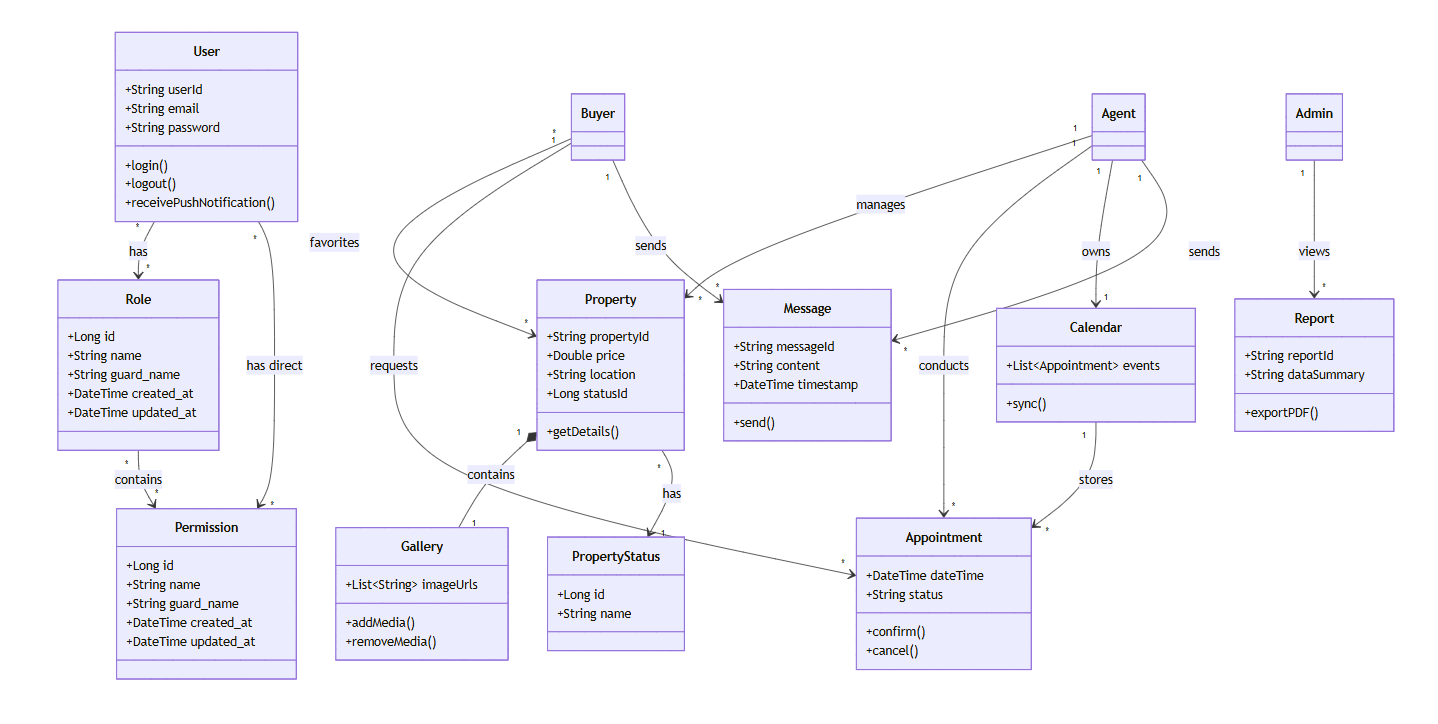
The Mermaid diagram Report/images/Class-Diagram.png in AZIZ-Soufiane/PropertyHub-PFE, before a commit. Its source is kept beside it as Class-Diagram/Class-Diagram.mmd. Its diagram source:
```mermaid
classDiagram


class User {
    +String userId
    +String email
    +String password
    +login()
    +logout()
    +receivePushNotification()
}

class Role {
    +Long id
    +String name
    +String guard_name
    +DateTime created_at
    +DateTime updated_at
}

class Permission {
    +Long id
    +String name
    +String guard_name
    +DateTime created_at
    +DateTime updated_at
}


class Property {
    +String propertyId
    +Double price
    +String location
    +Long statusId
    +getDetails()
}

class PropertyStatus {
    +Long id
    +String name
}

class Gallery {
    +List~String~ imageUrls
    +addMedia()
    +removeMedia()
}


class Appointment {
    +DateTime dateTime
    +String status
    +confirm()
    +cancel()
}

class Calendar {
    +List~Appointment~ events
    +sync()
}

class Message {
    +String messageId
    +String content
    +DateTime timestamp
    +send()
}

class Report {
    +String reportId
    +String dataSummary
    +exportPDF()
}


Agent "1" --> "*" Property : manages
Property "1" *-- "1" Gallery : contains
Buyer "*" --> "*" Property : favorites
Property "*" --> "1" PropertyStatus : has

Buyer "1" --> "*" Appointment : requests
Agent "1" --> "*" Appointment : conducts
Agent "1" --> "1" Calendar : owns
Calendar "1" --> "*" Appointment : stores

Buyer "1" --> "*" Message : sends
Agent "1" --> "*" Message : sends

Admin "1" --> "*" Report : views


User "*" --> "*" Role : has
Role "*" --> "*" Permission : contains
User "*" --> "*" Permission : has direct

```
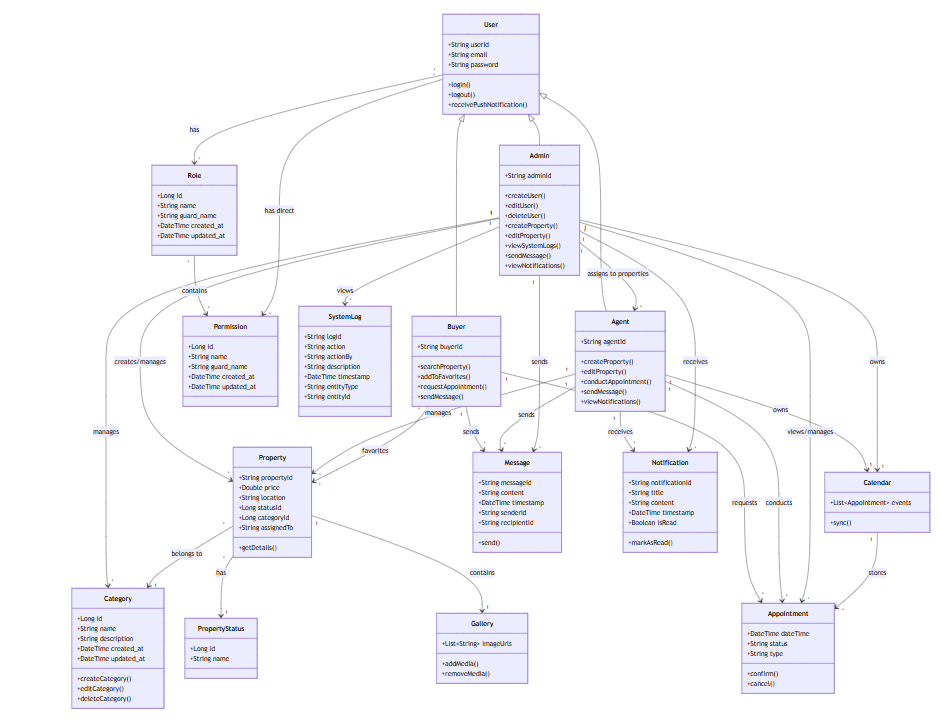
The same diagram one commit later.

Commit message:
docs: add class diagram images to documentation and project structure

The edit, as a diff of the source:
```diff
@@ -9,6 +9,37 @@
     +logout()
     +receivePushNotification()
 }
+
+
+class Admin {
+    +String adminId
+    +createUser()
+    +editUser()
+    +deleteUser()
+    +createProperty()
+    +editProperty()
+    +viewSystemLogs()
+    +sendMessage()
+    +viewNotifications()
+}
+
+class Agent {
+    +String agentId
+    +createProperty()
+    +editProperty()
+    +conductAppointment()
+    +sendMessage()
+    +viewNotifications()
+}
+
+class Buyer {
+    +String buyerId
+    +searchProperty()
+    +addToFavorites()
+    +requestAppointment()
+    +sendMessage()
+}
+
 
 class Role {
     +Long id
@@ -27,11 +58,25 @@
 }
 
 
+class Category {
+    +Long id
+    +String name
+    +String description
+    +DateTime created_at
+    +DateTime updated_at
+    +createCategory()
+    +editCategory()
+    +deleteCategory()
+}
+
+
 class Property {
     +String propertyId
     +Double price
     +String location
     +Long statusId
+    +Long categoryId
+    +String assignedTo
     +getDetails()
 }
 
@@ -50,6 +95,7 @@
 class Appointment {
     +DateTime dateTime
     +String status
+    +String type
     +confirm()
     +cancel()
 }
@@ -59,37 +105,75 @@
     +sync()
 }
 
+
 class Message {
     +String messageId
     +String content
     +DateTime timestamp
+    +String senderId
+    +String recipientId
     +send()
 }
 
-class Report {
-    +String reportId
-    +String dataSummary
-    +exportPDF()
+
+class Notification {
+    +String notificationId
+    +String title
+    +String content
+    +DateTime timestamp
+    +Boolean isRead
+    +markAsRead()
+}
+
+class SystemLog {
+    +String logId
+    +String action
+    +String actionBy
+    +String description
+    +DateTime timestamp
+    +String entityType
+    +String entityId
 }
 
 
-Agent "1" --> "*" Property : manages
-Property "1" *-- "1" Gallery : contains
-Buyer "*" --> "*" Property : favorites
-Property "*" --> "1" PropertyStatus : has
-
-Buyer "1" --> "*" Appointment : requests
-Agent "1" --> "*" Appointment : conducts
-Agent "1" --> "1" Calendar : owns
-Calendar "1" --> "*" Appointment : stores
-
-Buyer "1" --> "*" Message : sends
-Agent "1" --> "*" Message : sends
-
-Admin "1" --> "*" Report : views
+User <|-- Admin
+User <|-- Agent
+User <|-- Buyer
 
 
 User "*" --> "*" Role : has
 Role "*" --> "*" Permission : contains
 User "*" --> "*" Permission : has direct
 
+
+Admin "1" --> "*" Category : manages
+Property "*" --> "1" Category : belongs to
+Property "*" --> "1" PropertyStatus : has
+Property "1" --> "1" Gallery : contains
+
+
+Admin "1" --> "*" Property : creates/manages
+Agent "1" --> "*" Property : manages
+Admin "1" --> "*" Agent : assigns to properties
+
+
+Buyer "*" --> "*" Property : favorites
+Buyer "1" --> "*" Message : sends
+Buyer "1" --> "*" Appointment : requests
+
+
+Agent "1" --> "*" Message : sends
+Agent "1" --> "*" Appointment : conducts
+Agent "1" --> "1" Calendar : owns
+Agent "1" --> "*" Notification : receives
+
+
+Admin "1" --> "*" Message : sends
+Admin "1" --> "*" Appointment : views/manages
+Admin "1" --> "1" Calendar : owns
+Admin "1" --> "*" Notification : receives
+Admin "1" --> "*" SystemLog : views
+
+
+Calendar "1" --> "*" Appointment : stores
+
```
